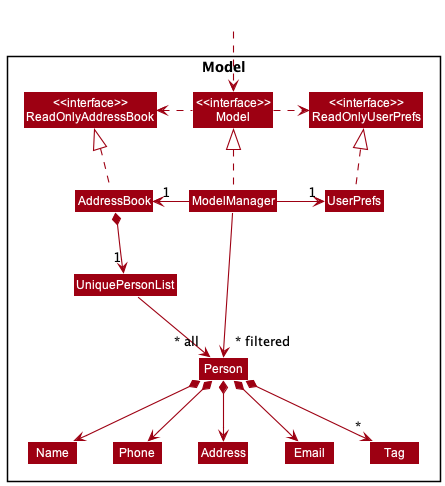
Before: docs/images/ModelClassDiagram.png, a diagram exported from PlantUML (nus-cs2103-AY2223S2/tp).
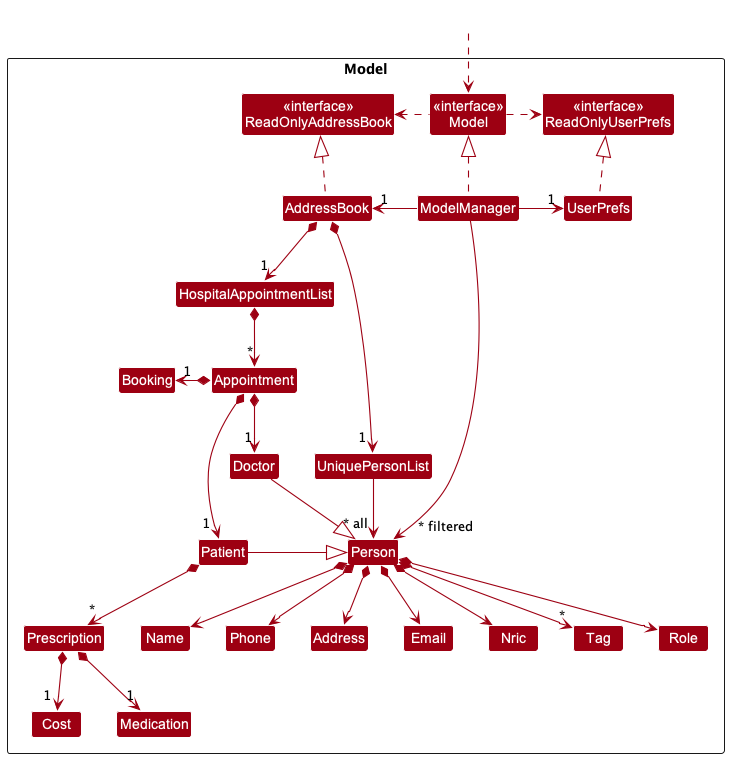
After the commit.

The edit, as a diff of the source:
```diff
@@ -7,44 +7,76 @@
 Package Model <<Rectangle>>{
 Class "<<interface>>\nReadOnlyAddressBook" as ReadOnlyAddressBook
 Class "<<interface>>\nReadOnlyUserPrefs" as ReadOnlyUserPrefs
-Class "<<interface>>\nModel" as Model
+Class "<<interface>>\nModel" as ModelInstance
 Class AddressBook
 Class ModelManager
 Class UserPrefs
 
 Class UniquePersonList
 Class Person
+Class Doctor
+Class Patient
+
 Class Address
 Class Email
 Class Name
+Class Nric
 Class Phone
+Class Role
 Class Tag
 
+Class Prescription
+Class Medication
+Class Cost
+
+Class HospitalAppointmentList
+Class Appointment
+Class Booking
 }
 
 Class HiddenOutside #FFFFFF
-HiddenOutside ..> Model
+HiddenOutside ..> ModelInstance
 
 AddressBook .up.|> ReadOnlyAddressBook
 
-ModelManager .up.|> Model
-Model .right.> ReadOnlyUserPrefs
-Model .left.> ReadOnlyAddressBook
+ModelManager .up.|> ModelInstance
+ModelInstance .right.> ReadOnlyUserPrefs
+ModelInstance .left.> ReadOnlyAddressBook
 ModelManager -left-> "1" AddressBook
 ModelManager -right-> "1" UserPrefs
 UserPrefs .up.|> ReadOnlyUserPrefs
 
-AddressBook *--> "1" UniquePersonList
+AddressBook *--> "1 " UniquePersonList
 UniquePersonList --> "~* all" Person
+
+Doctor -right|> Person
+Patient -right|> Person
+Doctor -[hidden]down-> Patient
+
 Person *--> Name
 Person *--> Phone
 Person *--> Email
 Person *--> Address
 Person *--> "*" Tag
+Person *--> Nric
+Person *--> Role
 
 Name -[hidden]right-> Phone
 Phone -[hidden]right-> Address
 Address -[hidden]right-> Email
+Email -[hidden]right-> Nric
+Nric -[hidden]right-> Role
 
-ModelManager -->"~* filtered" Person
+Patient *--> "*" Prescription
+Prescription *--> "1" Medication
+Prescription *--> "1 " Cost
+Cost -[hidden]right-> Medication
+
+AddressBook *--> "1" HospitalAppointmentList
+HospitalAppointmentList *--> "*" Appointment
+Appointment *-left-> "1" Booking
+Appointment *--> "1" Doctor
+Appointment *--> "1 " Patient
+
+ModelManager -->"   ~* filtered" Person
 @enduml
```
